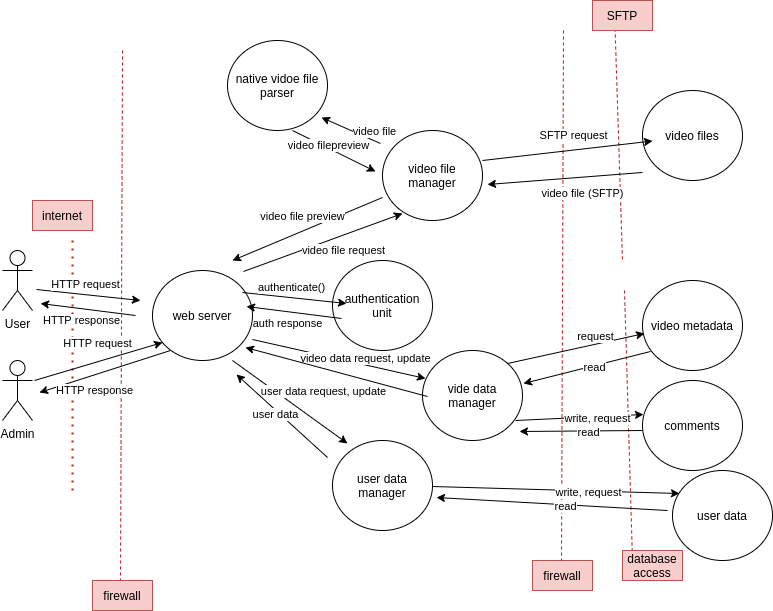
T-bond/secure-webapp-2021 keeps this draw.io diagram as diagrams/component/dataflow.drawio.png. Above is the earlier version. Source tidied: cells renumbered, new cells last; positions are measured from the earlier drawing's top-left corner, leaving out a move shared by most shapes.
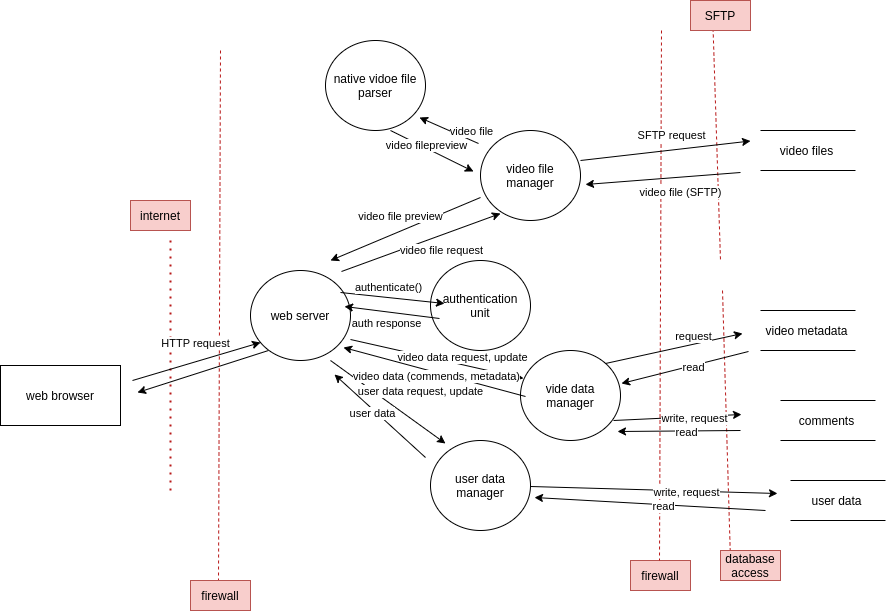
The same diagram one commit later.

Commit message:
add stride notation to data integrity diagram

The edit, as a diff of the source:
```diff
@@ -2,6 +2,9 @@
   <root>
     <mxCell id="0" />
     <mxCell id="1" parent="0" />
+    <mxCell id="67" style="verticalLabelPosition=bottom;verticalAlign=top;html=1;shape=mxgraph.flowchart.parallel_mode;" parent="1" vertex="1">
+      <mxGeometry x="690" y="480" width="95" height="40" as="geometry" />
+    </mxCell>
     <mxCell id="2" style="endArrow=none;dashed=1;html=1;rounded=0;fontSize=8;fillColor=#f8cecc;strokeColor=#B81818;" parent="1" edge="1">
       <mxGeometry relative="1" as="geometry">
         <mxPoint x="120" y="50" as="sourcePoint" />
@@ -14,9 +17,6 @@
     <mxCell id="4" value="&lt;font style=&quot;font-size: 12px&quot;&gt;firewall&lt;/font&gt;" style="text;html=1;strokeColor=#b85450;fillColor=#f8cecc;align=center;verticalAlign=middle;whiteSpace=wrap;rounded=0;fontSize=8;" parent="1" vertex="1">
       <mxGeometry x="530" y="560" width="60" height="30" as="geometry" />
     </mxCell>
-    <mxCell id="5" value="User" style="shape=umlActor;verticalLabelPosition=bottom;verticalAlign=top;html=1;" parent="1" vertex="1">
-      <mxGeometry y="250" width="30" height="60" as="geometry" />
-    </mxCell>
     <mxCell id="6" style="endArrow=none;dashed=1;html=1;rounded=0;fontSize=8;fillColor=#f8cecc;strokeColor=#B81818;" parent="1" edge="1">
       <mxGeometry relative="1" as="geometry">
         <mxPoint x="561" y="30" as="sourcePoint" />
@@ -50,35 +50,9 @@
     <mxCell id="12" value="&lt;font style=&quot;font-size: 12px&quot;&gt;internet&lt;/font&gt;" style="text;html=1;strokeColor=#b85450;fillColor=#f8cecc;align=center;verticalAlign=middle;whiteSpace=wrap;rounded=0;fontSize=8;" parent="1" vertex="1">
       <mxGeometry x="30" y="200" width="60" height="30" as="geometry" />
     </mxCell>
-    <mxCell id="13" value="video files" style="ellipse;whiteSpace=wrap;html=1;" parent="1" vertex="1">
-      <mxGeometry x="640" y="90" width="100" height="90" as="geometry" />
-    </mxCell>
-    <mxCell id="14" value="video metadata" style="ellipse;whiteSpace=wrap;html=1;" parent="1" vertex="1">
-      <mxGeometry x="640" y="280" width="100" height="90" as="geometry" />
-    </mxCell>
-    <mxCell id="15" value="comments" style="ellipse;whiteSpace=wrap;html=1;" parent="1" vertex="1">
-      <mxGeometry x="640" y="380" width="100" height="90" as="geometry" />
-    </mxCell>
-    <mxCell id="16" value="user data" style="ellipse;whiteSpace=wrap;html=1;" parent="1" vertex="1">
-      <mxGeometry x="670" y="470" width="100" height="90" as="geometry" />
-    </mxCell>
     <mxCell id="17" value="web server" style="ellipse;whiteSpace=wrap;html=1;" parent="1" vertex="1">
       <mxGeometry x="150" y="270" width="100" height="90" as="geometry" />
     </mxCell>
-    <mxCell id="18" value="Admin" style="shape=umlActor;verticalLabelPosition=bottom;verticalAlign=top;html=1;" parent="1" vertex="1">
-      <mxGeometry y="360" width="30" height="60" as="geometry" />
-    </mxCell>
-    <mxCell id="19" style="endArrow=classic;html=1;rounded=0;" parent="1" edge="1">
-      <mxGeometry relative="1" as="geometry">
-        <mxPoint x="34" y="289" as="sourcePoint" />
-        <mxPoint x="138" y="300" as="targetPoint" />
-      </mxGeometry>
-    </mxCell>
-    <mxCell id="20" value="HTTP request" style="edgeLabel;html=1;align=center;verticalAlign=middle;" parent="19" vertex="1">
-      <mxGeometry x="0.33" y="3" relative="1" as="geometry">
-        <mxPoint x="-21" y="-10" as="offset" />
-      </mxGeometry>
-    </mxCell>
     <mxCell id="21" style="endArrow=classic;html=1;rounded=0;" parent="1" edge="1">
       <mxGeometry relative="1" as="geometry">
         <mxPoint x="32" y="380" as="sourcePoint" />
@@ -101,17 +75,6 @@
         <mxPoint x="18" y="-26" as="offset" />
       </mxGeometry>
     </mxCell>
-    <mxCell id="25" style="endArrow=classic;html=1;rounded=0;" parent="1" edge="1">
-      <mxGeometry relative="1" as="geometry">
-        <mxPoint x="133" y="315" as="sourcePoint" />
-        <mxPoint x="38" y="303" as="targetPoint" />
-      </mxGeometry>
-    </mxCell>
-    <mxCell id="26" value="HTTP response" style="edgeLabel;html=1;align=center;verticalAlign=middle;" parent="25" vertex="1">
-      <mxGeometry x="0.33" y="3" relative="1" as="geometry">
-        <mxPoint x="9" y="9" as="offset" />
-      </mxGeometry>
-    </mxCell>
     <mxCell id="27" value="video file manager" style="ellipse;whiteSpace=wrap;html=1;" parent="1" vertex="1">
       <mxGeometry x="380" y="130" width="100" height="90" as="geometry" />
     </mxCell>
@@ -199,11 +162,6 @@
         <mxPoint x="37" y="392" as="targetPoint" />
       </mxGeometry>
     </mxCell>
-    <mxCell id="45" value="HTTP response" style="edgeLabel;html=1;align=center;verticalAlign=middle;" parent="44" vertex="1">
-      <mxGeometry x="0.33" y="3" relative="1" as="geometry">
-        <mxPoint x="9" y="9" as="offset" />
-      </mxGeometry>
-    </mxCell>
     <mxCell id="46" style="endArrow=classic;html=1;rounded=0;" parent="1" edge="1">
       <mxGeometry relative="1" as="geometry">
         <mxPoint x="241" y="271" as="sourcePoint" />
@@ -310,5 +268,32 @@
     <mxCell id="66" value="read" style="edgeLabel;html=1;align=center;verticalAlign=middle;" parent="65" vertex="1">
       <mxGeometry x="-0.11" y="1" relative="1" as="geometry" />
     </mxCell>
+    <mxCell id="68" value="web browser" style="rounded=0;whiteSpace=wrap;html=1;" parent="1" vertex="1">
+      <mxGeometry x="-100" y="365" width="120" height="60" as="geometry" />
+    </mxCell>
+    <mxCell id="16" value="user data" style="rounded=0;whiteSpace=wrap;html=1;strokeColor=#FFFFFF;" parent="1" vertex="1">
+      <mxGeometry x="690" y="485" width="92.5" height="30" as="geometry" />
+    </mxCell>
+    <mxCell id="69" value="video data (commends, metadata)" style="edgeLabel;html=1;align=center;verticalAlign=middle;" parent="1" vertex="1">
+      <mxGeometry x="336" y="375" as="geometry" />
+    </mxCell>
+    <mxCell id="70" style="verticalLabelPosition=bottom;verticalAlign=top;html=1;shape=mxgraph.flowchart.parallel_mode;" parent="1" vertex="1">
+      <mxGeometry x="680" y="400" width="95" height="40" as="geometry" />
+    </mxCell>
+    <mxCell id="15" value="comments" style="rounded=0;whiteSpace=wrap;html=1;strokeColor=#FFFFFF;" parent="1" vertex="1">
+      <mxGeometry x="680" y="405" width="92.5" height="30" as="geometry" />
+    </mxCell>
+    <mxCell id="71" style="verticalLabelPosition=bottom;verticalAlign=top;html=1;shape=mxgraph.flowchart.parallel_mode;" parent="1" vertex="1">
+      <mxGeometry x="660" y="310" width="95" height="40" as="geometry" />
+    </mxCell>
+    <mxCell id="14" value="video metadata" style="rounded=0;whiteSpace=wrap;html=1;strokeColor=#FFFFFF;" parent="1" vertex="1">
+      <mxGeometry x="660" y="315" width="92.5" height="30" as="geometry" />
+    </mxCell>
+    <mxCell id="72" style="verticalLabelPosition=bottom;verticalAlign=top;html=1;shape=mxgraph.flowchart.parallel_mode;" parent="1" vertex="1">
+      <mxGeometry x="660" y="130" width="95" height="40" as="geometry" />
+    </mxCell>
+    <mxCell id="13" value="video files" style="rounded=0;whiteSpace=wrap;html=1;strokeColor=#FFFFFF;" parent="1" vertex="1">
+      <mxGeometry x="660" y="135" width="92.5" height="30" as="geometry" />
+    </mxCell>
   </root>
 </mxGraphModel>
```
